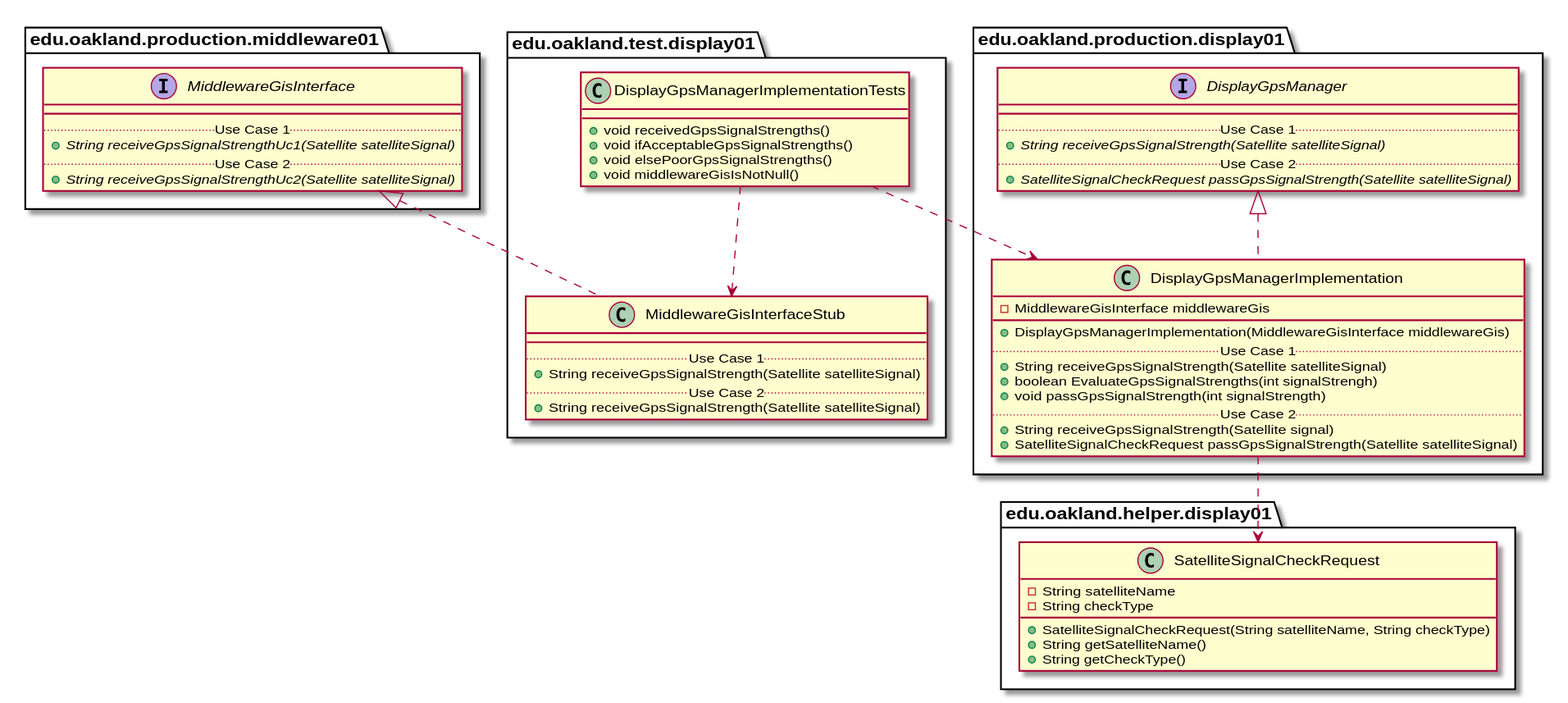
Earlier version of the PlantUML export docs/uml-class-diagrams/display01/test/DisplayGpsManagerImplementationTests/DisplayGpsManagerImplementationTests_Closure.svg (andrewdimmer/csi-3370-software-project).
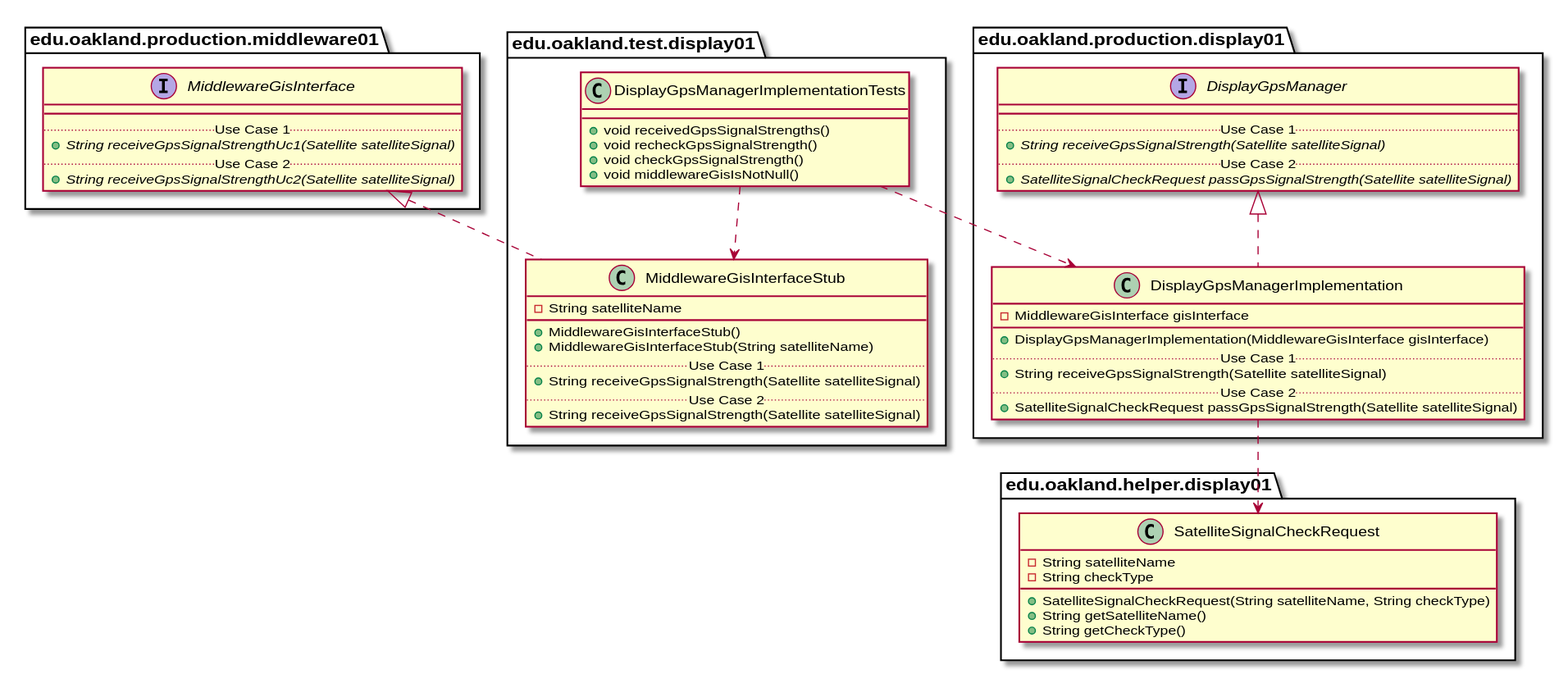
After the change.

What changed in the source:
```diff
@@ -4,8 +4,8 @@
 package edu.oakland.test.display01 {
     class DisplayGpsManagerImplementationTests {
         + void receivedGpsSignalStrengths()
-        + void ifAcceptableGpsSignalStrengths()
-        + void elsePoorGpsSignalStrengths()
+        + void recheckGpsSignalStrength()
+        + void checkGpsSignalStrength()
         + void middlewareGisIsNotNull()
     }
 }
@@ -15,7 +15,10 @@
 
 package edu.oakland.test.display01 {
     class MiddlewareGisInterfaceStub {
+        - String satelliteName
         __
+        + MiddlewareGisInterfaceStub()
+        + MiddlewareGisInterfaceStub(String satelliteName)
         .. Use Case 1 ..
         + String receiveGpsSignalStrength(Satellite satelliteSignal)
         .. Use Case 2 ..
@@ -51,15 +54,12 @@
 
 package edu.oakland.production.display01 {
   class DisplayGpsManagerImplementation {
-    - MiddlewareGisInterface middlewareGis
+    - MiddlewareGisInterface gisInterface
    __
-    + DisplayGpsManagerImplementation(MiddlewareGisInterface middlewareGis)
+    + DisplayGpsManagerImplementation(MiddlewareGisInterface gisInterface)
     .. Use Case 1 ..
     + String receiveGpsSignalStrength(Satellite satelliteSignal)
-    + boolean EvaluateGpsSignalStrengths(int signalStrengh)
-    + void passGpsSignalStrength(int signalStrength)
     .. Use Case 2 ..
-    + String receiveGpsSignalStrength(Satellite signal)
     + SatelliteSignalCheckRequest passGpsSignalStrength(Satellite satelliteSignal)
     }
 }
```
